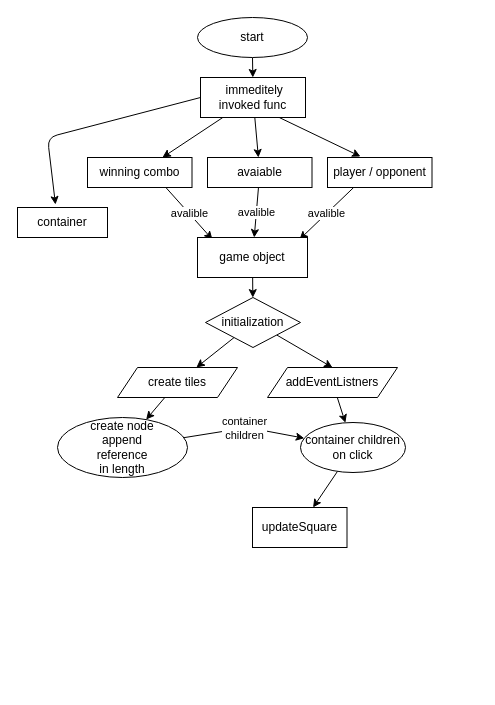
Before: resources/thought.drawio in BentlyM/tic-tac-toe, a draw.io diagram. Source tidied: cells renumbered, new cells numbered last; positions are measured from the earlier drawing's top-left corner, leaving out a move shared by most shapes. Both pictures are drawn from the tidied source at 100%, with x=0, y=0 at pixel (17, 17).
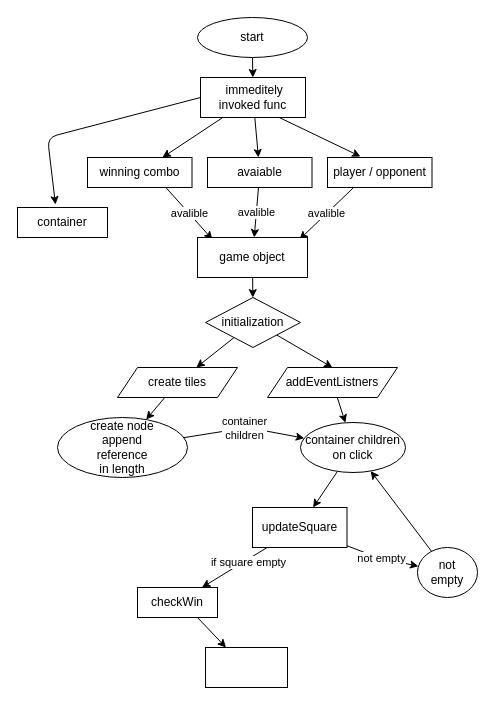
After the change.

The change refers to these unchanged cells:
```xml
<mxCell id="28" value="container children on click" style="ellipse;whiteSpace=wrap;html=1;" parent="1" vertex="1">
  <mxGeometry x="283" y="405" width="105" height="50" as="geometry" />
</mxCell>
<mxCell id="29" value="updateSquare" style="whiteSpace=wrap;html=1;" parent="1" vertex="1">
  <mxGeometry x="235" y="490" width="94.5" height="40" as="geometry" />
</mxCell>
```

What changed in the source:
```diff
@@
+    <mxCell id="30" style="edgeStyle=none;html=1;" parent="1" edge="1" source="29" target="34">
+      <mxGeometry relative="1" as="geometry" />
+    </mxCell>
+    <mxCell id="31" value="if square empty" style="edgeLabel;html=1;align=center;verticalAlign=middle;" parent="30" vertex="1">
+      <mxGeometry x="-0.37" y="2" relative="1" as="geometry" />
+    </mxCell>
+    <mxCell id="32" value="not empty" style="edgeStyle=none;html=1;" parent="1" edge="1" source="29" target="36">
+      <mxGeometry relative="1" as="geometry">
+        <Array as="points">
+          <mxPoint x="360" y="540" />
+        </Array>
+      </mxGeometry>
+    </mxCell>
@@
+    <mxCell id="33" style="edgeStyle=none;html=1;exitX=0.75;exitY=1;exitDx=0;exitDy=0;entryX=0.25;entryY=0;entryDx=0;entryDy=0;" parent="1" edge="1" source="34" target="37">
+      <mxGeometry relative="1" as="geometry" />
+    </mxCell>
+    <mxCell id="34" value="checkWin" style="whiteSpace=wrap;html=1;" parent="1" vertex="1">
+      <mxGeometry x="120" y="570" width="80" height="30" as="geometry" />
+    </mxCell>
+    <mxCell id="35" style="edgeStyle=none;html=1;" parent="1" edge="1" source="36" target="28">
+      <mxGeometry relative="1" as="geometry" />
+    </mxCell>
+    <mxCell id="36" value="not&lt;br&gt;empty" style="ellipse;whiteSpace=wrap;html=1;" parent="1" vertex="1">
+      <mxGeometry x="400" y="530" width="60" height="50" as="geometry" />
+    </mxCell>
+    <mxCell id="37" style="whiteSpace=wrap;html=1;" parent="1" vertex="1">
+      <mxGeometry x="188" y="630" width="82" height="40" as="geometry" />
+    </mxCell>
```
